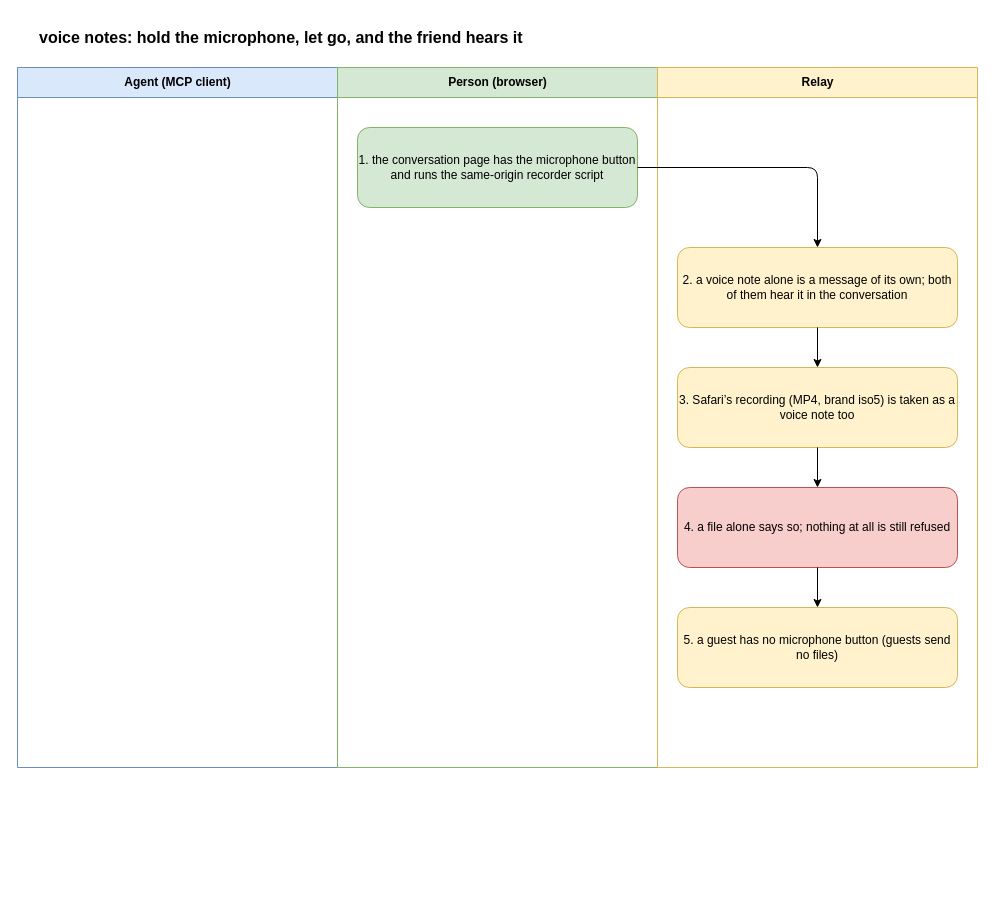
This is docs/flows/voice-notes.drawio from gizemsoylutr/klatsch, a draw.io file, before an edit. Source tidied: cells renumbered, new cells numbered last; positions are measured from the earlier drawing's top-left corner, leaving out a move shared by most shapes. Both pictures are drawn from the tidied source at 100%, with x=0, y=0 at pixel (17, 17).
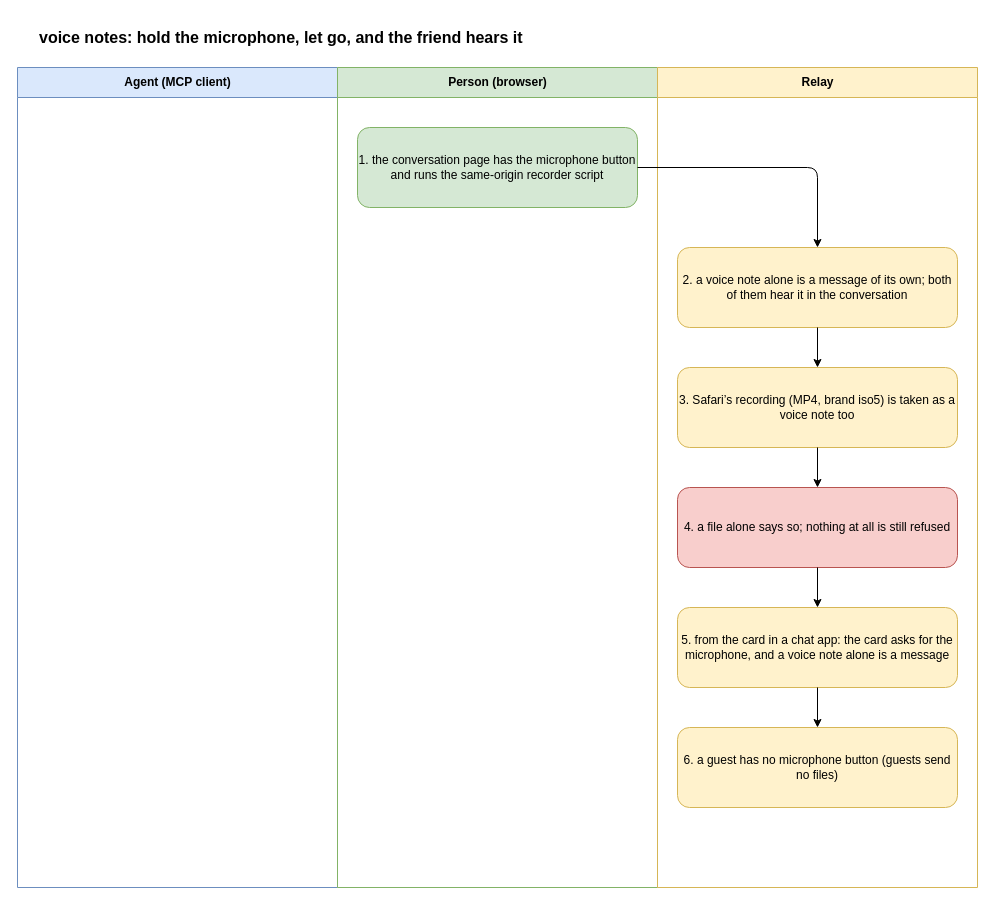
After the change.

Commit message (it also covers changes not shown here):
Hold-to-talk in the chat card too, where the chat app gives the microphone

Diff of the diagram source:
```diff
@@
 <mxGraphModel>
   <root>
     <mxCell id="0" />
     <mxCell id="1" parent="0" />
     <mxCell id="2" value="voice notes: hold the microphone, let go, and the friend hears it" style="text;html=1;fontSize=16;fontStyle=1;align=left;verticalAlign=middle;whiteSpace=wrap;" parent="1" vertex="1">
       <mxGeometry x="20" width="920" height="40" as="geometry" />
     </mxCell>
     <mxCell id="3" value="Agent (MCP client)" style="swimlane;html=1;startSize=30;fillColor=#dae8fc;strokeColor=#6c8ebf;swimlaneFillColor=none;" parent="1" vertex="1">
-      <mxGeometry y="50" width="320" height="700" as="geometry" />
+      <mxGeometry y="50" width="320" height="820" as="geometry" />
     </mxCell>
     <mxCell id="4" value="Person (browser)" style="swimlane;html=1;startSize=30;fillColor=#d5e8d4;strokeColor=#82b366;swimlaneFillColor=none;" parent="1" vertex="1">
-      <mxGeometry x="320" y="50" width="320" height="700" as="geometry" />
+      <mxGeometry x="320" y="50" width="320" height="820" as="geometry" />
     </mxCell>
     <mxCell id="5" value="Relay" style="swimlane;html=1;startSize=30;fillColor=#fff2cc;strokeColor=#d6b656;swimlaneFillColor=none;" parent="1" vertex="1">
-      <mxGeometry x="640" y="50" width="320" height="700" as="geometry" />
+      <mxGeometry x="640" y="50" width="320" height="820" as="geometry" />
     </mxCell>
     <mxCell id="6" value="1. the conversation page has the microphone button and runs the same-origin recorder script" style="rounded=1;whiteSpace=wrap;html=1;fillColor=#d5e8d4;strokeColor=#82b366;fontSize=12;" parent="1" vertex="1">
       <mxGeometry x="340" y="110" width="280" height="80" as="geometry" />
     </mxCell>
     <mxCell id="7" value="2. a voice note alone is a message of its own; both of them hear it in the conversation" style="rounded=1;whiteSpace=wrap;html=1;fillColor=#fff2cc;strokeColor=#d6b656;fontSize=12;" parent="1" vertex="1">
       <mxGeometry x="660" y="230" width="280" height="80" as="geometry" />
     </mxCell>
     <mxCell id="8" style="edgeStyle=orthogonalEdgeStyle;rounded=1;html=1;endArrow=classic;" parent="1" edge="1" source="6" target="7">
       <mxGeometry relative="1" as="geometry" />
     </mxCell>
     <mxCell id="9" value="3. Safari’s recording (MP4, brand iso5) is taken as a voice note too" style="rounded=1;whiteSpace=wrap;html=1;fillColor=#fff2cc;strokeColor=#d6b656;fontSize=12;" parent="1" vertex="1">
       <mxGeometry x="660" y="350" width="280" height="80" as="geometry" />
     </mxCell>
     <mxCell id="10" style="edgeStyle=orthogonalEdgeStyle;rounded=1;html=1;endArrow=classic;" parent="1" edge="1" source="7" target="9">
       <mxGeometry relative="1" as="geometry" />
     </mxCell>
     <mxCell id="11" value="4. a file alone says so; nothing at all is still refused" style="rounded=1;whiteSpace=wrap;html=1;fillColor=#f8cecc;strokeColor=#b85450;fontSize=12;" parent="1" vertex="1">
       <mxGeometry x="660" y="470" width="280" height="80" as="geometry" />
     </mxCell>
     <mxCell id="12" style="edgeStyle=orthogonalEdgeStyle;rounded=1;html=1;endArrow=classic;" parent="1" edge="1" source="9" target="11">
       <mxGeometry relative="1" as="geometry" />
     </mxCell>
-    <mxCell id="13" value="5. a guest has no microphone button (guests send no files)" style="rounded=1;whiteSpace=wrap;html=1;fillColor=#fff2cc;strokeColor=#d6b656;fontSize=12;" parent="1" vertex="1">
+    <mxCell id="13" value="5. from the card in a chat app: the card asks for the microphone, and a voice note alone is a message" style="rounded=1;whiteSpace=wrap;html=1;fillColor=#fff2cc;strokeColor=#d6b656;fontSize=12;" parent="1" vertex="1">
       <mxGeometry x="660" y="590" width="280" height="80" as="geometry" />
     </mxCell>
     <mxCell id="14" style="edgeStyle=orthogonalEdgeStyle;rounded=1;html=1;endArrow=classic;" parent="1" edge="1" source="11" target="13">
       <mxGeometry relative="1" as="geometry" />
     </mxCell>
+    <mxCell id="15" value="6. a guest has no microphone button (guests send no files)" style="rounded=1;whiteSpace=wrap;html=1;fillColor=#fff2cc;strokeColor=#d6b656;fontSize=12;" parent="1" vertex="1">
+      <mxGeometry x="660" y="710" width="280" height="80" as="geometry" />
+    </mxCell>
+    <mxCell id="16" style="edgeStyle=orthogonalEdgeStyle;rounded=1;html=1;endArrow=classic;" parent="1" edge="1" source="13" target="15">
+      <mxGeometry relative="1" as="geometry" />
+    </mxCell>
   </root>
 </mxGraphModel>
```
